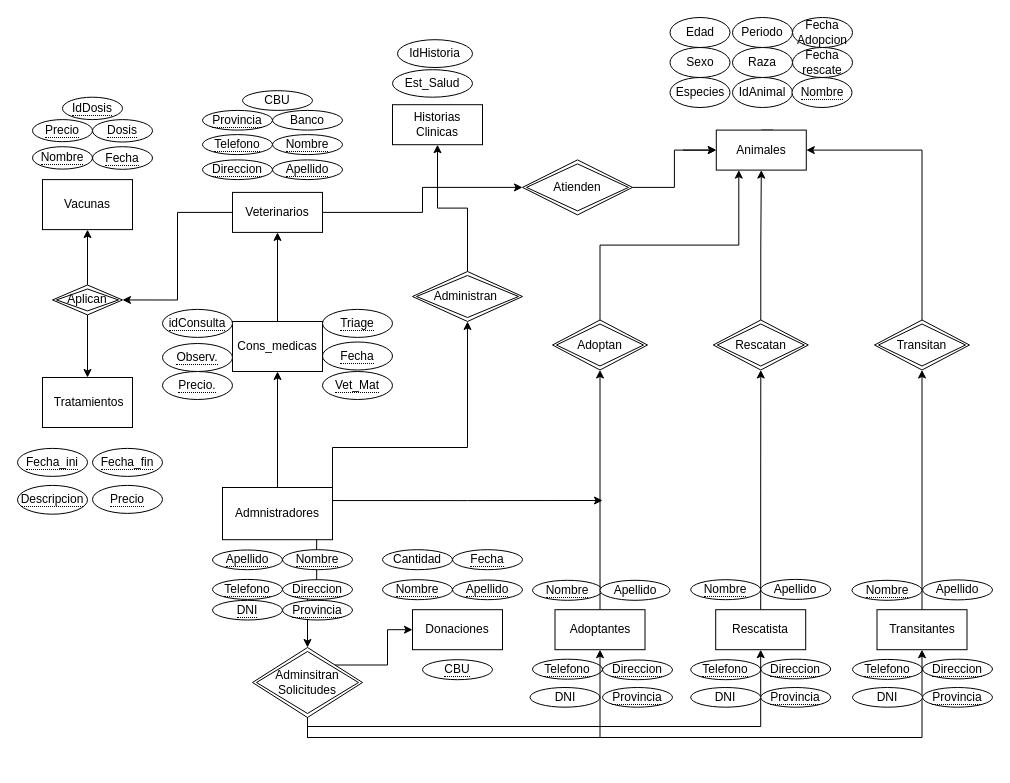
Above: Diagrama sin título.drawio in Dfrugone/ITFS-4 (draw.io), before the change. Source tidied: cells renumbered, new cells numbered last; positions are measured from the earlier drawing's top-left corner, leaving out a move shared by most shapes. Both pictures are drawn from the tidied source at 100%, with x=0, y=0 at pixel (17, 17).
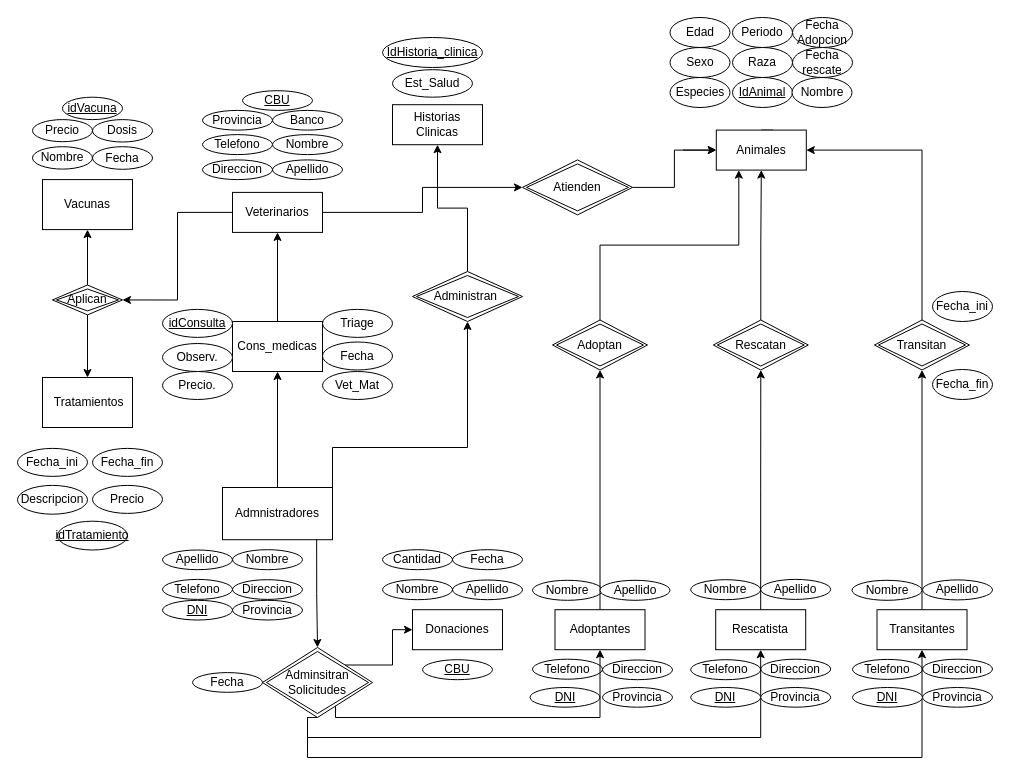
The same diagram, later.

The change refers to these unchanged cells:
```xml
<mxCell id="23" value="Adoptantes" style="rounded=0;whiteSpace=wrap;html=1;" parent="1" vertex="1">
  <mxGeometry x="537.5" y="592.2" width="90" height="40" as="geometry" />
</mxCell>
<mxCell id="24" value="Rescatista" style="rounded=0;whiteSpace=wrap;html=1;" parent="1" vertex="1">
  <mxGeometry x="698.2" y="592.2" width="90" height="40" as="geometry" />
</mxCell>
<mxCell id="28" value="Transitantes" style="rounded=0;whiteSpace=wrap;html=1;" parent="1" vertex="1">
  <mxGeometry x="859.5" y="592.2" width="90" height="40" as="geometry" />
</mxCell>
<mxCell id="38" value="Admnistradores" style="rounded=0;whiteSpace=wrap;html=1;" parent="1" vertex="1">
  <mxGeometry x="205" y="470" width="110" height="52.2" as="geometry" />
</mxCell>
```

The edit, as a diff of the source:
```diff
@@
-    <mxCell id="8" value="&lt;span style=&quot;border-bottom: 1px dotted&quot;&gt;Nombre&lt;/span&gt;" style="ellipse;whiteSpace=wrap;html=1;align=center;" parent="1" vertex="1">
+    <mxCell id="8" value="Nombre" style="ellipse;whiteSpace=wrap;html=1;align=center;" parent="1" vertex="1">
       <mxGeometry x="515" y="562.8" width="70" height="20" as="geometry" />
     </mxCell>
-    <mxCell id="9" value="DNI" style="ellipse;whiteSpace=wrap;html=1;align=center;" parent="1" vertex="1">
+    <mxCell id="9" value="DNI" style="ellipse;whiteSpace=wrap;html=1;align=center;fontStyle=4;" parent="1" vertex="1">
       <mxGeometry x="512.5" y="670" width="70" height="19.7" as="geometry" />
     </mxCell>
-    <mxCell id="10" value="&lt;span style=&quot;border-bottom: 1px dotted&quot;&gt;Telefono&lt;/span&gt;" style="ellipse;whiteSpace=wrap;html=1;align=center;" parent="1" vertex="1">
+    <mxCell id="10" value="Telefono" style="ellipse;whiteSpace=wrap;html=1;align=center;" parent="1" vertex="1">
       <mxGeometry x="515" y="641.7" width="70" height="20" as="geometry" />
     </mxCell>
-    <mxCell id="11" value="&lt;span style=&quot;border-bottom: 1px dotted&quot;&gt;Direccion&lt;/span&gt;" style="ellipse;whiteSpace=wrap;html=1;align=center;" parent="1" vertex="1">
+    <mxCell id="11" value="Direccion" style="ellipse;whiteSpace=wrap;html=1;align=center;" parent="1" vertex="1">
       <mxGeometry x="585" y="642.5" width="70" height="19.7" as="geometry" />
     </mxCell>
-    <mxCell id="12" value="&lt;span style=&quot;border-bottom: 1px dotted&quot;&gt;Nombre&lt;/span&gt;" style="ellipse;whiteSpace=wrap;html=1;align=center;" parent="1" vertex="1">
+    <mxCell id="12" value="Nombre" style="ellipse;whiteSpace=wrap;html=1;align=center;" parent="1" vertex="1">
       <mxGeometry x="15" y="129.2" width="60" height="22.4" as="geometry" />
     </mxCell>
-    <mxCell id="13" value="&lt;span style=&quot;border-bottom: 1px dotted&quot;&gt;Fecha&lt;/span&gt;" style="ellipse;whiteSpace=wrap;html=1;align=center;" parent="1" vertex="1">
+    <mxCell id="13" value="Fecha" style="ellipse;whiteSpace=wrap;html=1;align=center;" parent="1" vertex="1">
       <mxGeometry x="75" y="129.2" width="60" height="22.6" as="geometry" />
     </mxCell>
-    <mxCell id="14" value="&lt;span style=&quot;border-bottom: 1px dotted&quot;&gt;Precio&lt;/span&gt;" style="ellipse;whiteSpace=wrap;html=1;align=center;" parent="1" vertex="1">
+    <mxCell id="14" value="Precio" style="ellipse;whiteSpace=wrap;html=1;align=center;" parent="1" vertex="1">
       <mxGeometry x="15" y="102.1" width="60" height="22.1" as="geometry" />
     </mxCell>
-    <mxCell id="15" value="&lt;span style=&quot;border-bottom: 1px dotted&quot;&gt;Dosis&lt;/span&gt;" style="ellipse;whiteSpace=wrap;html=1;align=center;" parent="1" vertex="1">
+    <mxCell id="15" value="Dosis" style="ellipse;whiteSpace=wrap;html=1;align=center;" parent="1" vertex="1">
       <mxGeometry x="75" y="102.1" width="60" height="22.4" as="geometry" />
     </mxCell>
@@
-    <mxCell id="29" value="&lt;span style=&quot;border-bottom: 1px dotted&quot;&gt;Nombre&lt;/span&gt;" style="ellipse;whiteSpace=wrap;html=1;align=center;" parent="1" vertex="1">
+    <mxCell id="29" value="Nombre" style="ellipse;whiteSpace=wrap;html=1;align=center;" parent="1" vertex="1">
       <mxGeometry x="673.2" y="562.2" width="70" height="20" as="geometry" />
     </mxCell>
-    <mxCell id="30" value="&lt;span style=&quot;border-bottom: 1px dotted&quot;&gt;Telefono&lt;/span&gt;" style="ellipse;whiteSpace=wrap;html=1;align=center;" parent="1" vertex="1">
+    <mxCell id="30" value="Telefono" style="ellipse;whiteSpace=wrap;html=1;align=center;" parent="1" vertex="1">
       <mxGeometry x="673.2" y="642.2" width="70" height="20" as="geometry" />
     </mxCell>
-    <mxCell id="31" value="&lt;span style=&quot;border-bottom: 1px dotted&quot;&gt;Direccion&lt;/span&gt;" style="ellipse;whiteSpace=wrap;html=1;align=center;" parent="1" vertex="1">
+    <mxCell id="31" value="Direccion" style="ellipse;whiteSpace=wrap;html=1;align=center;" parent="1" vertex="1">
       <mxGeometry x="743.2" y="641.7" width="70" height="19.7" as="geometry" />
     </mxCell>
@@
-    <mxCell id="36" style="edgeStyle=orthogonalEdgeStyle;rounded=0;jettySize=auto;html=1;exitX=1;exitY=0.25;exitDx=0;exitDy=0;" parent="1" edge="1" source="38">
-      <mxGeometry relative="1" as="geometry">
-        <mxPoint x="585" y="483" as="targetPoint" />
-      </mxGeometry>
-    </mxCell>
@@
-    <mxCell id="41" value="&lt;span style=&quot;border-bottom: 1px dotted&quot;&gt;Nombre&lt;/span&gt;" style="ellipse;whiteSpace=wrap;html=1;align=center;" parent="1" vertex="1">
+    <mxCell id="41" value="Nombre" style="ellipse;whiteSpace=wrap;html=1;align=center;" parent="1" vertex="1">
       <mxGeometry x="834.5" y="562.8" width="70" height="20" as="geometry" />
     </mxCell>
-    <mxCell id="42" value="&lt;span style=&quot;border-bottom: 1px dotted&quot;&gt;Telefono&lt;/span&gt;" style="ellipse;whiteSpace=wrap;html=1;align=center;" parent="1" vertex="1">
+    <mxCell id="42" value="Telefono" style="ellipse;whiteSpace=wrap;html=1;align=center;" parent="1" vertex="1">
       <mxGeometry x="835" y="641.9" width="70" height="20" as="geometry" />
     </mxCell>
-    <mxCell id="43" value="&lt;span style=&quot;border-bottom: 1px dotted&quot;&gt;Direccion&lt;/span&gt;" style="ellipse;whiteSpace=wrap;html=1;align=center;" parent="1" vertex="1">
+    <mxCell id="43" value="Direccion" style="ellipse;whiteSpace=wrap;html=1;align=center;" parent="1" vertex="1">
       <mxGeometry x="905" y="641.7" width="70" height="19.7" as="geometry" />
     </mxCell>
-    <mxCell id="44" style="edgeStyle=orthogonalEdgeStyle;rounded=0;jettySize=auto;html=1;entryX=0.5;entryY=1;entryDx=0;entryDy=0;exitX=0.5;exitY=1;exitDx=0;exitDy=0;" parent="1" edge="1" source="48" target="23">
-      <mxGeometry relative="1" as="geometry" />
-    </mxCell>
     <mxCell id="45" style="edgeStyle=orthogonalEdgeStyle;rounded=0;jettySize=auto;html=1;entryX=0.5;entryY=1;entryDx=0;entryDy=0;exitX=0.5;exitY=1;exitDx=0;exitDy=0;" parent="1" edge="1" source="48" target="24">
       <mxGeometry relative="1" as="geometry">
         <Array as="points">
-          <mxPoint x="290" y="709" />
-          <mxPoint x="743" y="709" />
+          <mxPoint x="290" y="720" />
+          <mxPoint x="743" y="720" />
         </Array>
       </mxGeometry>
     </mxCell>
     <mxCell id="46" style="edgeStyle=orthogonalEdgeStyle;rounded=0;jettySize=auto;html=1;exitX=0.5;exitY=1;exitDx=0;exitDy=0;entryX=0.5;entryY=1;entryDx=0;entryDy=0;" parent="1" edge="1" source="48" target="28">
-      <mxGeometry relative="1" as="geometry" />
+      <mxGeometry relative="1" as="geometry">
+        <Array as="points">
+          <mxPoint x="290" y="740" />
+          <mxPoint x="904" y="740" />
+        </Array>
+      </mxGeometry>
     </mxCell>
@@
+    <mxCell id="44" style="edgeStyle=orthogonalEdgeStyle;rounded=0;jettySize=auto;html=1;exitX=1;exitY=1;exitDx=0;exitDy=0;entryX=0.5;entryY=1;entryDx=0;entryDy=0;" parent="1" edge="1" source="48" target="23">
+      <mxGeometry relative="1" as="geometry">
+        <Array as="points">
+          <mxPoint x="318" y="700" />
+          <mxPoint x="582" y="700" />
+        </Array>
+      </mxGeometry>
+    </mxCell>
     <mxCell id="48" value="Adminsitran Solicitudes" style="shape=rhombus;double=1;perimeter=rhombusPerimeter;whiteSpace=wrap;html=1;align=center;" parent="1" vertex="1">
-      <mxGeometry x="235" y="630" width="110" height="70" as="geometry" />
+      <mxGeometry x="245" y="630" width="110" height="70" as="geometry" />
     </mxCell>
-    <mxCell id="49" value="&lt;span style=&quot;border-bottom: 1px dotted&quot;&gt;Nombre&lt;/span&gt;" style="ellipse;whiteSpace=wrap;html=1;align=center;" parent="1" vertex="1">
-      <mxGeometry x="265" y="532.2" width="70" height="20" as="geometry" />
+    <mxCell id="49" value="Nombre" style="ellipse;whiteSpace=wrap;html=1;align=center;" parent="1" vertex="1">
+      <mxGeometry x="215" y="532.2" width="70" height="20" as="geometry" />
     </mxCell>
-    <mxCell id="50" value="&lt;span style=&quot;border-bottom: 1px dotted&quot;&gt;DNI&lt;/span&gt;" style="ellipse;whiteSpace=wrap;html=1;align=center;" parent="1" vertex="1">
-      <mxGeometry x="195" y="582.8" width="70" height="19.7" as="geometry" />
+    <mxCell id="50" value="DNI" style="ellipse;whiteSpace=wrap;html=1;align=center;fontStyle=4;" parent="1" vertex="1">
+      <mxGeometry x="145" y="582.8" width="70" height="19.7" as="geometry" />
     </mxCell>
-    <mxCell id="51" value="&lt;span style=&quot;border-bottom: 1px dotted&quot;&gt;Telefono&lt;/span&gt;" style="ellipse;whiteSpace=wrap;html=1;align=center;" parent="1" vertex="1">
-      <mxGeometry x="195" y="561.9" width="70" height="20" as="geometry" />
+    <mxCell id="51" value="Telefono" style="ellipse;whiteSpace=wrap;html=1;align=center;" parent="1" vertex="1">
+      <mxGeometry x="145" y="561.9" width="70" height="20" as="geometry" />
     </mxCell>
-    <mxCell id="52" value="&lt;span style=&quot;border-bottom: 1px dotted&quot;&gt;Direccion&lt;/span&gt;" style="ellipse;whiteSpace=wrap;html=1;align=center;" parent="1" vertex="1">
-      <mxGeometry x="265" y="562.2" width="70" height="19.7" as="geometry" />
+    <mxCell id="52" value="Direccion" style="ellipse;whiteSpace=wrap;html=1;align=center;" parent="1" vertex="1">
+      <mxGeometry x="215" y="562.2" width="70" height="19.7" as="geometry" />
     </mxCell>
@@
-    <mxCell id="55" value="IdHistoria" style="ellipse;whiteSpace=wrap;html=1;align=center;" parent="1" vertex="1">
-      <mxGeometry x="380" y="22.2" width="75" height="27.8" as="geometry" />
+    <mxCell id="55" value="IdHistoria_clinica" style="ellipse;whiteSpace=wrap;html=1;align=center;fontStyle=4;" parent="1" vertex="1">
+      <mxGeometry x="365" y="20" width="100" height="30" as="geometry" />
     </mxCell>
@@
-    <mxCell id="57" value="Administran&amp;nbsp;" style="shape=rhombus;double=1;perimeter=rhombusPerimeter;whiteSpace=wrap;html=1;align=center;" parent="1" vertex="1">
+    <mxCell id="57" value="Administran " style="shape=rhombus;double=1;perimeter=rhombusPerimeter;whiteSpace=wrap;html=1;align=center;" parent="1" vertex="1">
       <mxGeometry x="395" y="254" width="110" height="50" as="geometry" />
     </mxCell>
@@
-    <mxCell id="61" value="&lt;span style=&quot;border-bottom: 1px dotted&quot;&gt;Nombre&lt;/span&gt;" style="ellipse;whiteSpace=wrap;html=1;align=center;" parent="1" vertex="1">
+    <mxCell id="61" value="Nombre" style="ellipse;whiteSpace=wrap;html=1;align=center;" parent="1" vertex="1">
       <mxGeometry x="365" y="562.2" width="70" height="20" as="geometry" />
     </mxCell>
-    <mxCell id="62" value="&lt;span style=&quot;border-bottom: 1px dotted&quot;&gt;Apellido&lt;/span&gt;" style="ellipse;whiteSpace=wrap;html=1;align=center;" parent="1" vertex="1">
+    <mxCell id="62" value="Apellido" style="ellipse;whiteSpace=wrap;html=1;align=center;" parent="1" vertex="1">
       <mxGeometry x="435" y="562.5" width="70" height="19.7" as="geometry" />
     </mxCell>
-    <mxCell id="63" value="&lt;span style=&quot;border-bottom: 1px dotted&quot;&gt;CBU&lt;/span&gt;" style="ellipse;whiteSpace=wrap;html=1;align=center;" parent="1" vertex="1">
+    <mxCell id="63" value="CBU" style="ellipse;whiteSpace=wrap;html=1;align=center;fontStyle=4;" parent="1" vertex="1">
       <mxGeometry x="405" y="642.2" width="70" height="20" as="geometry" />
     </mxCell>
@@
-    <mxCell id="65" value="&lt;span style=&quot;border-bottom: 1px dotted&quot;&gt;Fecha&lt;/span&gt;" style="ellipse;whiteSpace=wrap;html=1;align=center;" parent="1" vertex="1">
+    <mxCell id="65" value="Fecha" style="ellipse;whiteSpace=wrap;html=1;align=center;" parent="1" vertex="1">
       <mxGeometry x="435" y="532.2" width="70" height="20" as="geometry" />
     </mxCell>
@@
-    <mxCell id="69" value="IdAnimal" style="ellipse;whiteSpace=wrap;html=1;align=center;" parent="1" vertex="1">
+    <mxCell id="69" value="IdAnimal" style="ellipse;whiteSpace=wrap;html=1;align=center;fontStyle=4;" parent="1" vertex="1">
       <mxGeometry x="715" y="60" width="60" height="30" as="geometry" />
     </mxCell>
-    <mxCell id="70" value="&lt;span style=&quot;border-bottom: 1px dotted&quot;&gt;Nombre&lt;/span&gt;" style="ellipse;whiteSpace=wrap;html=1;align=center;" parent="1" vertex="1">
+    <mxCell id="70" value="Nombre" style="ellipse;whiteSpace=wrap;html=1;align=center;" parent="1" vertex="1">
       <mxGeometry x="774.5" y="60" width="60" height="30" as="geometry" />
     </mxCell>
@@
-    <mxCell id="73" value="DNI" style="ellipse;whiteSpace=wrap;html=1;align=center;" parent="1" vertex="1">
+    <mxCell id="73" value="DNI" style="ellipse;whiteSpace=wrap;html=1;align=center;fontStyle=4;" parent="1" vertex="1">
       <mxGeometry x="673.2" y="670" width="70" height="19.7" as="geometry" />
     </mxCell>
-    <mxCell id="74" value="DNI" style="ellipse;whiteSpace=wrap;html=1;align=center;" parent="1" vertex="1">
+    <mxCell id="74" value="DNI" style="ellipse;whiteSpace=wrap;html=1;align=center;fontStyle=4;" parent="1" vertex="1">
       <mxGeometry x="835" y="670" width="70" height="19.7" as="geometry" />
     </mxCell>
@@
-    <mxCell id="77" value="&lt;span style=&quot;border-bottom: 1px dotted&quot;&gt;Apellido&lt;/span&gt;" style="ellipse;whiteSpace=wrap;html=1;align=center;" parent="1" vertex="1">
-      <mxGeometry x="195" y="532.5" width="70" height="19.7" as="geometry" />
+    <mxCell id="77" value="Apellido" style="ellipse;whiteSpace=wrap;html=1;align=center;" parent="1" vertex="1">
+      <mxGeometry x="145" y="532.5" width="70" height="19.7" as="geometry" />
     </mxCell>
-    <mxCell id="78" value="&lt;span style=&quot;border-bottom: 1px dotted&quot;&gt;Apellido&lt;/span&gt;" style="ellipse;whiteSpace=wrap;html=1;align=center;" parent="1" vertex="1">
+    <mxCell id="78" value="Apellido" style="ellipse;whiteSpace=wrap;html=1;align=center;" parent="1" vertex="1">
       <mxGeometry x="255" y="142.4" width="70" height="19.7" as="geometry" />
     </mxCell>
-    <mxCell id="79" value="&lt;span style=&quot;border-bottom: 1px dotted&quot;&gt;Nombre&lt;/span&gt;" style="ellipse;whiteSpace=wrap;html=1;align=center;" parent="1" vertex="1">
+    <mxCell id="79" value="Nombre" style="ellipse;whiteSpace=wrap;html=1;align=center;" parent="1" vertex="1">
       <mxGeometry x="255" y="117.1" width="70" height="20" as="geometry" />
     </mxCell>
-    <mxCell id="80" value="&lt;span style=&quot;border-bottom: 1px dotted&quot;&gt;Telefono&lt;/span&gt;" style="ellipse;whiteSpace=wrap;html=1;align=center;" parent="1" vertex="1">
+    <mxCell id="80" value="Telefono" style="ellipse;whiteSpace=wrap;html=1;align=center;" parent="1" vertex="1">
       <mxGeometry x="185" y="117.1" width="70" height="20" as="geometry" />
     </mxCell>
-    <mxCell id="81" value="&lt;span style=&quot;border-bottom: 1px dotted&quot;&gt;Direccion&lt;/span&gt;" style="ellipse;whiteSpace=wrap;html=1;align=center;" parent="1" vertex="1">
+    <mxCell id="81" value="Direccion" style="ellipse;whiteSpace=wrap;html=1;align=center;" parent="1" vertex="1">
       <mxGeometry x="185" y="142.4" width="70" height="19.7" as="geometry" />
     </mxCell>
@@
-    <mxCell id="83" value="CBU" style="ellipse;whiteSpace=wrap;html=1;align=center;" parent="1" vertex="1">
+    <mxCell id="83" value="CBU" style="ellipse;whiteSpace=wrap;html=1;align=center;fontStyle=4;" parent="1" vertex="1">
       <mxGeometry x="225" y="73.2" width="70" height="19.7" as="geometry" />
     </mxCell>
-    <mxCell id="84" value="&amp;nbsp;Tratamientos" style="rounded=0;whiteSpace=wrap;html=1;" parent="1" vertex="1">
+    <mxCell id="84" value=" Tratamientos" style="rounded=0;whiteSpace=wrap;html=1;" parent="1" vertex="1">
       <mxGeometry x="25" y="360" width="90" height="50" as="geometry" />
     </mxCell>
-    <mxCell id="85" value="&lt;span style=&quot;border-bottom: 1px dotted&quot;&gt;IdDosis&lt;/span&gt;" style="ellipse;whiteSpace=wrap;html=1;align=center;" parent="1" vertex="1">
+    <mxCell id="85" value="idVacuna" style="ellipse;whiteSpace=wrap;html=1;align=center;fontStyle=4;" parent="1" vertex="1">
       <mxGeometry x="45" y="79.7" width="60" height="22.4" as="geometry" />
     </mxCell>
@@
-    <mxCell id="87" value="&lt;span style=&quot;border-bottom: 1px dotted&quot;&gt;Descripcion&lt;/span&gt;" style="ellipse;whiteSpace=wrap;html=1;align=center;" parent="1" vertex="1">
+    <mxCell id="87" value="Descripcion" style="ellipse;whiteSpace=wrap;html=1;align=center;" parent="1" vertex="1">
       <mxGeometry y="467.9" width="70" height="28.8" as="geometry" />
     </mxCell>
-    <mxCell id="88" value="&lt;span style=&quot;border-bottom: 1px dotted&quot;&gt;Fecha_ini&lt;/span&gt;" style="ellipse;whiteSpace=wrap;html=1;align=center;" parent="1" vertex="1">
+    <mxCell id="88" value="Fecha_ini" style="ellipse;whiteSpace=wrap;html=1;align=center;" parent="1" vertex="1">
       <mxGeometry y="430.9" width="70" height="28" as="geometry" />
     </mxCell>
-    <mxCell id="89" value="&lt;span style=&quot;border-bottom: 1px dotted&quot;&gt;Fecha_fin&lt;/span&gt;" style="ellipse;whiteSpace=wrap;html=1;align=center;" parent="1" vertex="1">
+    <mxCell id="89" value="Fecha_fin" style="ellipse;whiteSpace=wrap;html=1;align=center;" parent="1" vertex="1">
       <mxGeometry x="75" y="430.9" width="70" height="28" as="geometry" />
     </mxCell>
-    <mxCell id="90" value="&lt;span style=&quot;border-bottom: 1px dotted&quot;&gt;Precio&lt;/span&gt;" style="ellipse;whiteSpace=wrap;html=1;align=center;" parent="1" vertex="1">
+    <mxCell id="90" value="Precio" style="ellipse;whiteSpace=wrap;html=1;align=center;" parent="1" vertex="1">
       <mxGeometry x="75" y="467.9" width="70" height="28" as="geometry" />
     </mxCell>
@@
-    <mxCell id="93" value="&lt;span style=&quot;border-bottom: 1px dotted&quot;&gt;idConsulta&lt;/span&gt;" style="ellipse;whiteSpace=wrap;html=1;align=center;" parent="1" vertex="1">
+    <mxCell id="93" value="idConsulta" style="ellipse;whiteSpace=wrap;html=1;align=center;fontStyle=4;" parent="1" vertex="1">
       <mxGeometry x="145" y="291.9" width="70" height="28" as="geometry" />
     </mxCell>
-    <mxCell id="94" value="&lt;span style=&quot;border-bottom: 1px dotted&quot;&gt;Triage&lt;/span&gt;" style="ellipse;whiteSpace=wrap;html=1;align=center;" parent="1" vertex="1">
+    <mxCell id="94" value="Triage" style="ellipse;whiteSpace=wrap;html=1;align=center;" parent="1" vertex="1">
       <mxGeometry x="305" y="291.9" width="70" height="28" as="geometry" />
     </mxCell>
-    <mxCell id="95" value="&lt;span style=&quot;border-bottom: 1px dotted&quot;&gt;Observ.&lt;/span&gt;" style="ellipse;whiteSpace=wrap;html=1;align=center;" parent="1" vertex="1">
+    <mxCell id="95" value="Observ." style="ellipse;whiteSpace=wrap;html=1;align=center;" parent="1" vertex="1">
       <mxGeometry x="145" y="326" width="70" height="28" as="geometry" />
     </mxCell>
@@
-    <mxCell id="97" value="&lt;span style=&quot;border-bottom: 1px dotted&quot;&gt;Fecha&lt;/span&gt;" style="ellipse;whiteSpace=wrap;html=1;align=center;" parent="1" vertex="1">
+    <mxCell id="97" value="Fecha" style="ellipse;whiteSpace=wrap;html=1;align=center;" parent="1" vertex="1">
       <mxGeometry x="305" y="324.5" width="70" height="28" as="geometry" />
     </mxCell>
-    <mxCell id="98" value="&lt;span style=&quot;border-bottom: 1px dotted&quot;&gt;Precio.&lt;/span&gt;" style="ellipse;whiteSpace=wrap;html=1;align=center;" parent="1" vertex="1">
+    <mxCell id="98" value="Precio." style="ellipse;whiteSpace=wrap;html=1;align=center;" parent="1" vertex="1">
       <mxGeometry x="145" y="354" width="70" height="28" as="geometry" />
     </mxCell>
-    <mxCell id="99" value="&lt;span style=&quot;border-bottom: 1px dotted&quot;&gt;Vet_Mat&lt;/span&gt;" style="ellipse;whiteSpace=wrap;html=1;align=center;" parent="1" vertex="1">
+    <mxCell id="99" value="Vet_Mat" style="ellipse;whiteSpace=wrap;html=1;align=center;" parent="1" vertex="1">
       <mxGeometry x="305" y="354" width="70" height="28" as="geometry" />
     </mxCell>
-    <mxCell id="100" value="&lt;span style=&quot;border-bottom: 1px dotted&quot;&gt;Provincia&lt;/span&gt;" style="ellipse;whiteSpace=wrap;html=1;align=center;" parent="1" vertex="1">
+    <mxCell id="100" value="Provincia" style="ellipse;whiteSpace=wrap;html=1;align=center;" parent="1" vertex="1">
       <mxGeometry x="743.2" y="670" width="70" height="19.7" as="geometry" />
     </mxCell>
-    <mxCell id="101" value="&lt;span style=&quot;border-bottom: 1px dotted&quot;&gt;Provincia&lt;/span&gt;" style="ellipse;whiteSpace=wrap;html=1;align=center;" parent="1" vertex="1">
+    <mxCell id="101" value="Provincia" style="ellipse;whiteSpace=wrap;html=1;align=center;" parent="1" vertex="1">
       <mxGeometry x="905" y="670" width="70" height="19.7" as="geometry" />
     </mxCell>
-    <mxCell id="102" value="&lt;span style=&quot;border-bottom: 1px dotted&quot;&gt;Provincia&lt;/span&gt;" style="ellipse;whiteSpace=wrap;html=1;align=center;" parent="1" vertex="1">
+    <mxCell id="102" value="Provincia" style="ellipse;whiteSpace=wrap;html=1;align=center;" parent="1" vertex="1">
       <mxGeometry x="585" y="670" width="70" height="19.7" as="geometry" />
     </mxCell>
-    <mxCell id="103" value="&lt;span style=&quot;border-bottom: 1px dotted&quot;&gt;Provincia&lt;/span&gt;" style="ellipse;whiteSpace=wrap;html=1;align=center;" parent="1" vertex="1">
-      <mxGeometry x="265" y="582.8" width="70" height="19.7" as="geometry" />
+    <mxCell id="103" value="Provincia" style="ellipse;whiteSpace=wrap;html=1;align=center;" parent="1" vertex="1">
+      <mxGeometry x="215" y="582.8" width="70" height="19.7" as="geometry" />
     </mxCell>
-    <mxCell id="104" value="&lt;span style=&quot;border-bottom: 1px dotted&quot;&gt;Provincia&lt;/span&gt;" style="ellipse;whiteSpace=wrap;html=1;align=center;" parent="1" vertex="1">
+    <mxCell id="104" value="Provincia" style="ellipse;whiteSpace=wrap;html=1;align=center;" parent="1" vertex="1">
       <mxGeometry x="185" y="92.9" width="70" height="19.7" as="geometry" />
     </mxCell>
+    <mxCell id="105" value="Fecha" style="ellipse;whiteSpace=wrap;html=1;align=center;" parent="1" vertex="1">
+      <mxGeometry x="175" y="655.1" width="70" height="19.7" as="geometry" />
+    </mxCell>
+    <mxCell id="106" value="Fecha_ini" style="ellipse;whiteSpace=wrap;html=1;align=center;" parent="1" vertex="1">
+      <mxGeometry x="915" y="274" width="60" height="30" as="geometry" />
+    </mxCell>
+    <mxCell id="107" value="Fecha_fin" style="ellipse;whiteSpace=wrap;html=1;align=center;strokeColor=default;verticalAlign=middle;fillColor=default;" parent="1" vertex="1">
+      <mxGeometry x="915" y="352" width="60" height="30" as="geometry" />
+    </mxCell>
+    <mxCell id="108" value="idTratamiento" style="ellipse;whiteSpace=wrap;html=1;align=center;fontStyle=4;" parent="1" vertex="1">
+      <mxGeometry x="40" y="503.7" width="70" height="28.8" as="geometry" />
+    </mxCell>
```
